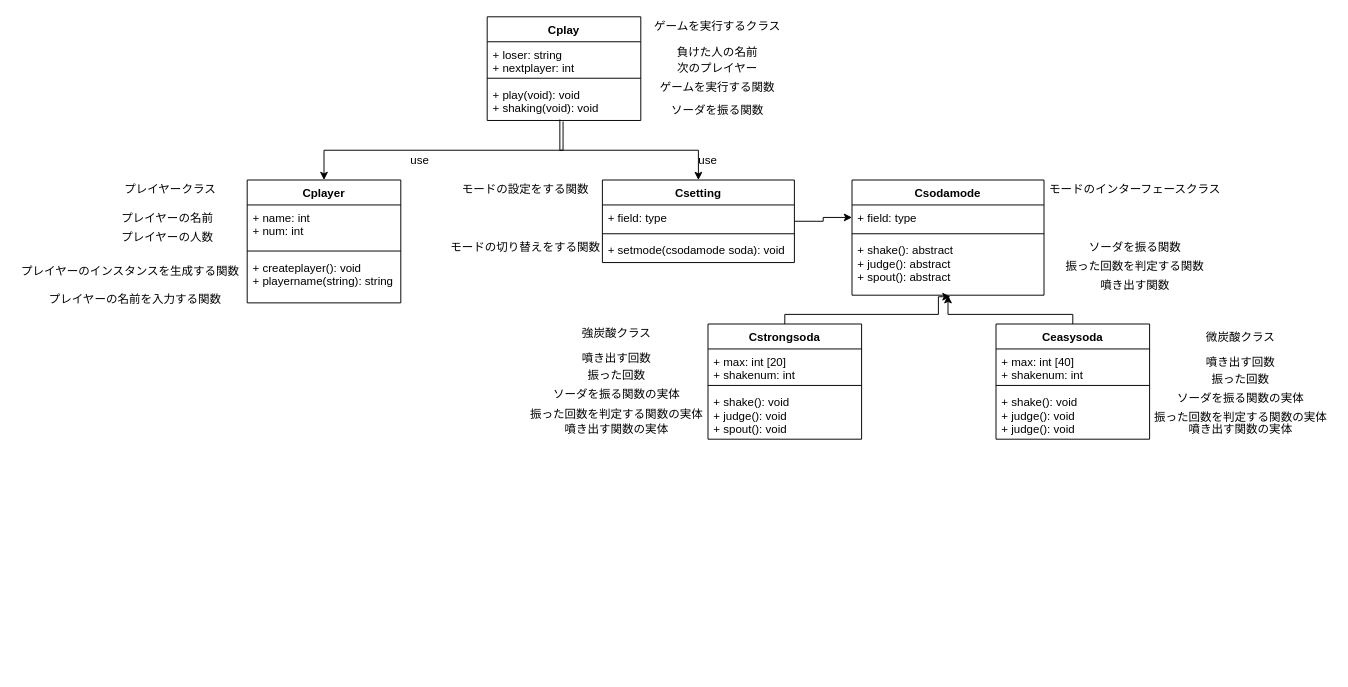
Earlier version of the draw.io diagram page "NUKINUKIクラス図" (3 of 3) of Untitled Diagram.drawio (shihopiyopiyo/TFGami). Source tidied: cells renumbered, new cells numbered last; positions are measured from the earlier drawing's top-left corner, leaving out a move shared by most shapes. Both pictures are drawn from the tidied source at 96%, with x=0, y=0 at pixel (16, 16).
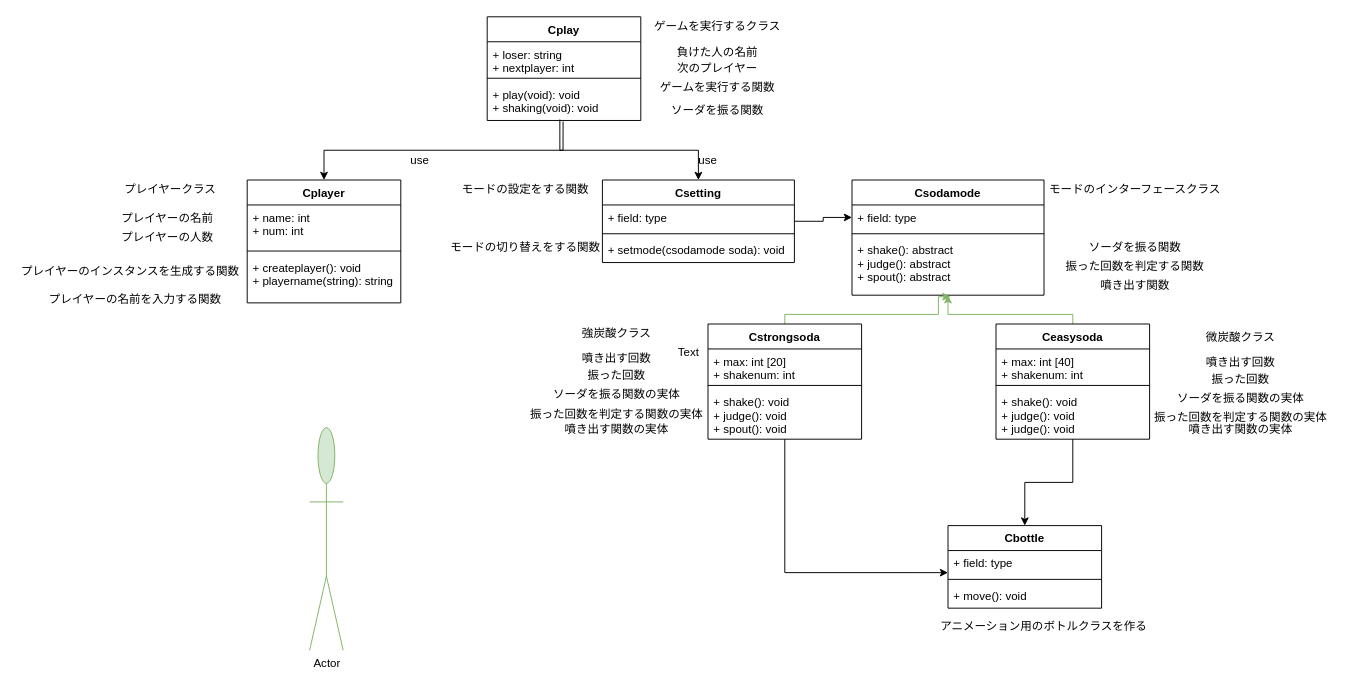
After the change.

The change refers to these unchanged cells:
```xml
<mxCell id="5" value="+ shake(): abstract&#10;+ judge(): abstract&#10;+ spout(): abstract" style="text;strokeColor=none;fillColor=none;align=left;verticalAlign=top;spacingLeft=4;spacingRight=4;overflow=hidden;points=[[0,0.5],[1,0.5]];portConstraint=eastwest;" parent="2" vertex="1">
  <mxGeometry y="60" width="200" height="60" as="geometry" />
</mxCell>
<mxCell id="7" value="Ceasysoda" style="swimlane;fontStyle=1;align=center;verticalAlign=top;horizontal=1;startSize=26;" parent="1" vertex="1">
  <mxGeometry x="1020" y="320" width="160" height="120" as="geometry" />
</mxCell>
<mxCell id="12" value="Cstrongsoda" style="swimlane;fontStyle=1;align=center;verticalAlign=top;horizontal=1;startSize=26;" parent="1" vertex="1">
  <mxGeometry x="720" y="320" width="160" height="120" as="geometry" />
</mxCell>
```

What changed in the source:
```diff
@@
-    <mxCell id="6" style="edgeStyle=orthogonalEdgeStyle;rounded=0;jettySize=auto;html=1;entryX=0.5;entryY=1;entryDx=0;entryDy=0;entryPerimeter=0;" parent="1" edge="1" source="7" target="5">
+    <mxCell id="6" style="edgeStyle=orthogonalEdgeStyle;rounded=0;jettySize=auto;html=1;entryX=0.5;entryY=1;entryDx=0;entryDy=0;entryPerimeter=0;fillColor=#d5e8d4;strokeColor=#82b366;" parent="1" edge="1" source="7" target="5">
       <mxGeometry relative="1" as="geometry">
         <Array as="points">
           <mxPoint x="1100" y="310" />
           <mxPoint x="970" y="310" />
         </Array>
       </mxGeometry>
     </mxCell>
+    <mxCell id="61" style="edgeStyle=orthogonalEdgeStyle;rounded=0;jettySize=auto;html=1;entryX=0.5;entryY=0;entryDx=0;entryDy=0;" parent="1" edge="1" source="7" target="66">
+      <mxGeometry relative="1" as="geometry" />
+    </mxCell>
@@
-    <mxCell id="11" style="edgeStyle=orthogonalEdgeStyle;rounded=0;jettySize=auto;html=1;entryX=0.513;entryY=1.026;entryDx=0;entryDy=0;entryPerimeter=0;" parent="1" edge="1" source="12" target="5">
+    <mxCell id="11" style="edgeStyle=orthogonalEdgeStyle;rounded=0;jettySize=auto;html=1;entryX=0.513;entryY=1.026;entryDx=0;entryDy=0;entryPerimeter=0;fillColor=#d5e8d4;strokeColor=#82b366;" parent="1" edge="1" source="12" target="5">
       <mxGeometry relative="1" as="geometry">
         <Array as="points">
           <mxPoint x="800" y="310" />
           <mxPoint x="960" y="310" />
           <mxPoint x="960" y="292" />
         </Array>
       </mxGeometry>
     </mxCell>
+    <mxCell id="62" style="edgeStyle=orthogonalEdgeStyle;rounded=0;jettySize=auto;html=1;entryX=0;entryY=0.885;entryDx=0;entryDy=0;entryPerimeter=0;" parent="1" edge="1" source="12" target="67">
+      <mxGeometry relative="1" as="geometry" />
+    </mxCell>
@@
+    <mxCell id="63" value="Actor" style="shape=umlActor;verticalLabelPosition=bottom;verticalAlign=top;html=1;fillColor=#d5e8d4;strokeColor=#82b366;" parent="1" vertex="1">
+      <mxGeometry x="305" y="428" width="35" height="232" as="geometry" />
+    </mxCell>
+    <mxCell id="64" value="Text" style="text;html=1;strokeColor=none;fillColor=none;align=center;verticalAlign=middle;whiteSpace=wrap;rounded=0;" parent="1" vertex="1">
+      <mxGeometry x="680" y="340" width="40" height="20" as="geometry" />
+    </mxCell>
+    <mxCell id="65" value="アニメーション用のボトルクラスを作る&lt;br&gt;" style="text;html=1;strokeColor=none;fillColor=none;align=center;verticalAlign=middle;whiteSpace=wrap;rounded=0;" parent="1" vertex="1">
+      <mxGeometry x="950" y="610" width="240" height="50" as="geometry" />
+    </mxCell>
+    <mxCell id="66" value="Cbottle" style="swimlane;fontStyle=1;align=center;verticalAlign=top;horizontal=1;startSize=26;" parent="1" vertex="1">
+      <mxGeometry x="970" y="530" width="160" height="86" as="geometry" />
+    </mxCell>
+    <mxCell id="67" value="+ field: type" style="text;strokeColor=none;fillColor=none;align=left;verticalAlign=top;spacingLeft=4;spacingRight=4;overflow=hidden;points=[[0,0.5],[1,0.5]];portConstraint=eastwest;" parent="66" vertex="1">
+      <mxGeometry y="26" width="160" height="26" as="geometry" />
+    </mxCell>
+    <mxCell id="68" style="line;strokeWidth=1;fillColor=none;align=left;verticalAlign=middle;spacingTop=-1;spacingLeft=3;spacingRight=3;labelPosition=right;" parent="66" vertex="1">
+      <mxGeometry y="52" width="160" height="8" as="geometry" />
+    </mxCell>
+    <mxCell id="69" value="+ move(): void" style="text;strokeColor=none;fillColor=none;align=left;verticalAlign=top;spacingLeft=4;spacingRight=4;overflow=hidden;" parent="66" vertex="1">
+      <mxGeometry y="60" width="160" height="26" as="geometry" />
+    </mxCell>
```
